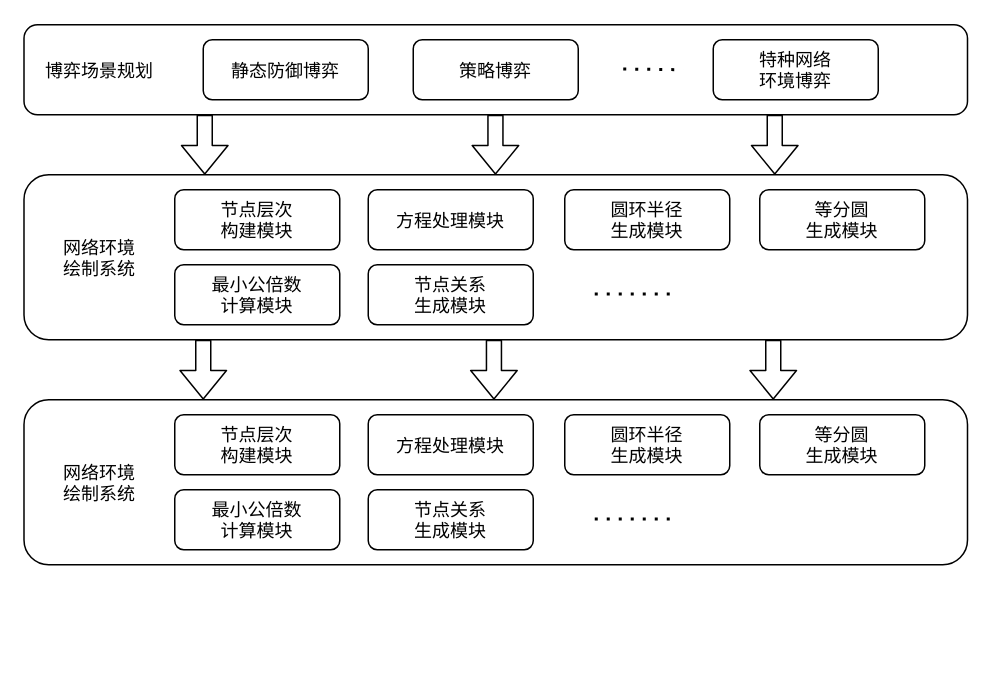
Before: 多视角模块系统架构.drawio in undinuanao/-, a draw.io diagram. Source tidied: cells renumbered, new cells numbered last; positions are measured from the earlier drawing's top-left corner, leaving out a move shared by most shapes. Both pictures are drawn from the tidied source at 150%, with x=0, y=0 at pixel (24, 24).
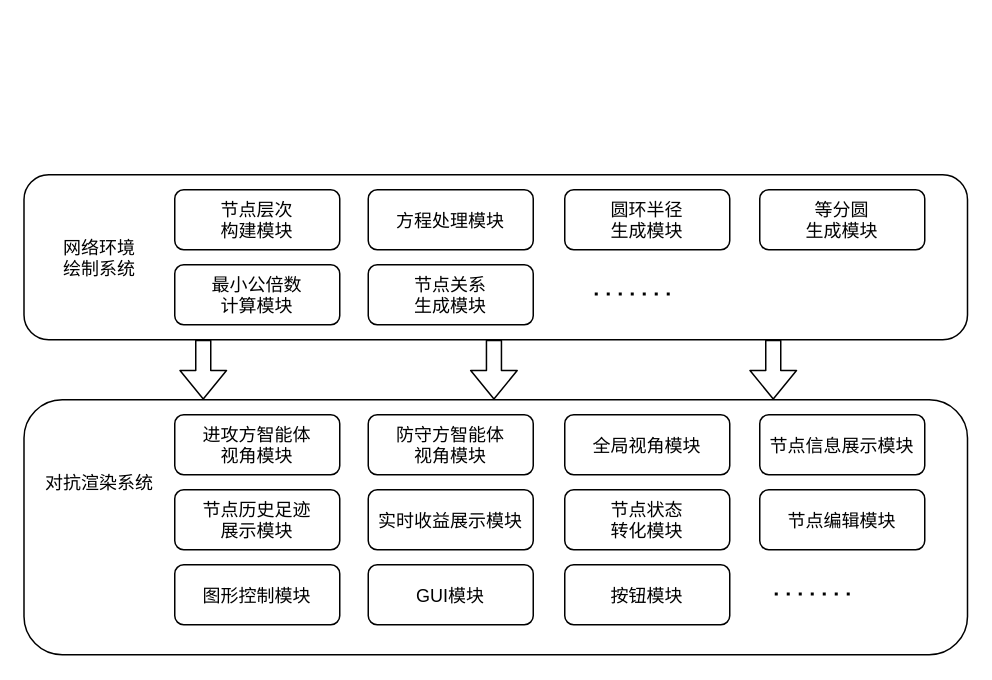
Above is the later version.

Commit message (it also covers changes not shown here):
更新多视角模块系统架构.drawio

Change to the diagram source:
```diff
@@
-    <mxCell id="2" style="rounded=1;" parent="1" vertex="1">
-      <mxGeometry x="-0.5" width="629" height="60" as="geometry" />
-    </mxCell>
-    <mxCell id="3" value="静态防御博弈" style="rounded=1;" parent="1" vertex="1">
-      <mxGeometry x="119" y="10" width="110" height="40" as="geometry" />
-    </mxCell>
-    <mxCell id="4" value="策略博弈" style="rounded=1;" parent="1" vertex="1">
-      <mxGeometry x="259" y="10" width="110" height="40" as="geometry" />
-    </mxCell>
-    <mxCell id="5" value="特种网络&#10;环境博弈" style="rounded=1;" parent="1" vertex="1">
-      <mxGeometry x="459" y="10" width="110" height="40" as="geometry" />
-    </mxCell>
-    <mxCell id="6" style="endArrow=none;dashed=1;dashPattern=1 3;strokeWidth=2;" parent="1" edge="1">
-      <mxGeometry relative="1" as="geometry">
-        <mxPoint x="399" y="29.5" as="sourcePoint" />
-        <mxPoint x="439" y="30" as="targetPoint" />
-      </mxGeometry>
-    </mxCell>
-    <mxCell id="7" value="博弈场景规划" style="text;strokeColor=none;fillColor=none;align=center;verticalAlign=middle;rounded=0;" parent="1" vertex="1">
-      <mxGeometry x="10" y="20" width="80" height="20" as="geometry" />
-    </mxCell>
@@
-    <mxCell id="17" style="shape=flexArrow;endArrow=classic;" parent="1" edge="1">
-      <mxGeometry relative="1" as="geometry">
-        <mxPoint x="120" y="60" as="sourcePoint" />
-        <mxPoint x="120" y="100" as="targetPoint" />
-      </mxGeometry>
-    </mxCell>
-    <mxCell id="18" style="shape=flexArrow;endArrow=classic;" parent="1" edge="1">
-      <mxGeometry relative="1" as="geometry">
-        <mxPoint x="313.8" y="60" as="sourcePoint" />
-        <mxPoint x="313.8" y="100" as="targetPoint" />
-      </mxGeometry>
-    </mxCell>
-    <mxCell id="19" style="shape=flexArrow;endArrow=classic;" parent="1" edge="1">
-      <mxGeometry relative="1" as="geometry">
-        <mxPoint x="500" y="60" as="sourcePoint" />
-        <mxPoint x="500" y="100" as="targetPoint" />
-      </mxGeometry>
-    </mxCell>
@@
     <mxCell id="23" style="rounded=1;" parent="1" vertex="1">
-      <mxGeometry x="-0.5" y="250" width="629" height="110" as="geometry" />
+      <mxGeometry x="-0.5" y="250" width="629" height="170" as="geometry" />
     </mxCell>
-    <mxCell id="24" value="节点层次&#10;构建模块" style="rounded=1;" parent="1" vertex="1">
+    <mxCell id="24" value="进攻方智能体&#10;视角模块" style="rounded=1;" parent="1" vertex="1">
       <mxGeometry x="100" y="260" width="110" height="40" as="geometry" />
     </mxCell>
-    <mxCell id="25" value="方程处理模块" style="rounded=1;" parent="1" vertex="1">
+    <mxCell id="25" value="防守方智能体&#10;视角模块" style="rounded=1;" parent="1" vertex="1">
       <mxGeometry x="229" y="260" width="110" height="40" as="geometry" />
     </mxCell>
-    <mxCell id="26" value="圆环半径&#10;生成模块" style="rounded=1;" parent="1" vertex="1">
+    <mxCell id="26" value="全局视角模块" style="rounded=1;" parent="1" vertex="1">
       <mxGeometry x="360" y="260" width="110" height="40" as="geometry" />
     </mxCell>
-    <mxCell id="27" value="网络环境&#10;绘制系统" style="text;strokeColor=none;fillColor=none;align=center;verticalAlign=middle;rounded=0;" parent="1" vertex="1">
+    <mxCell id="27" value="对抗渲染系统" style="text;strokeColor=none;fillColor=none;align=center;verticalAlign=middle;rounded=0;" parent="1" vertex="1">
       <mxGeometry x="10" y="295" width="80" height="20" as="geometry" />
     </mxCell>
-    <mxCell id="28" value="等分圆&#10;生成模块" style="rounded=1;" parent="1" vertex="1">
+    <mxCell id="28" value="节点信息展示模块" style="rounded=1;" parent="1" vertex="1">
       <mxGeometry x="490" y="260" width="110" height="40" as="geometry" />
     </mxCell>
-    <mxCell id="29" value="最小公倍数&#10;计算模块" style="rounded=1;" parent="1" vertex="1">
+    <mxCell id="29" value="节点历史足迹&#10;展示模块" style="rounded=1;" parent="1" vertex="1">
       <mxGeometry x="100" y="310" width="110" height="40" as="geometry" />
     </mxCell>
-    <mxCell id="30" value="节点关系&#10;生成模块" style="rounded=1;" parent="1" vertex="1">
+    <mxCell id="30" value="实时收益展示模块" style="rounded=1;" parent="1" vertex="1">
       <mxGeometry x="229" y="310" width="110" height="40" as="geometry" />
     </mxCell>
-    <mxCell id="31" style="endArrow=none;dashed=1;dashPattern=1 3;strokeWidth=2;" parent="1" edge="1">
-      <mxGeometry relative="1" as="geometry">
-        <mxPoint x="380" y="329.5" as="sourcePoint" />
-        <mxPoint x="430" y="329.5" as="targetPoint" />
-      </mxGeometry>
-    </mxCell>
+    <mxCell id="32" value="节点状态&#10;转化模块" style="rounded=1;" parent="1" vertex="1">
+      <mxGeometry x="360" y="310" width="110" height="40" as="geometry" />
+    </mxCell>
+    <mxCell id="33" value="节点编辑模块" style="rounded=1;" parent="1" vertex="1">
+      <mxGeometry x="490" y="310" width="110" height="40" as="geometry" />
+    </mxCell>
+    <mxCell id="34" value="图形控制模块" style="rounded=1;" parent="1" vertex="1">
+      <mxGeometry x="100" y="360" width="110" height="40" as="geometry" />
+    </mxCell>
+    <mxCell id="35" value="GUI模块" style="rounded=1;" parent="1" vertex="1">
+      <mxGeometry x="229" y="360" width="110" height="40" as="geometry" />
+    </mxCell>
+    <mxCell id="36" value="按钮模块" style="rounded=1;" parent="1" vertex="1">
+      <mxGeometry x="360" y="360" width="110" height="40" as="geometry" />
+    </mxCell>
+    <mxCell id="37" style="endArrow=none;dashed=1;dashPattern=1 3;strokeWidth=2;" parent="1" edge="1">
+      <mxGeometry relative="1" as="geometry">
+        <mxPoint x="500" y="379.5" as="sourcePoint" />
+        <mxPoint x="550" y="379.5" as="targetPoint" />
+      </mxGeometry>
+    </mxCell>
```
